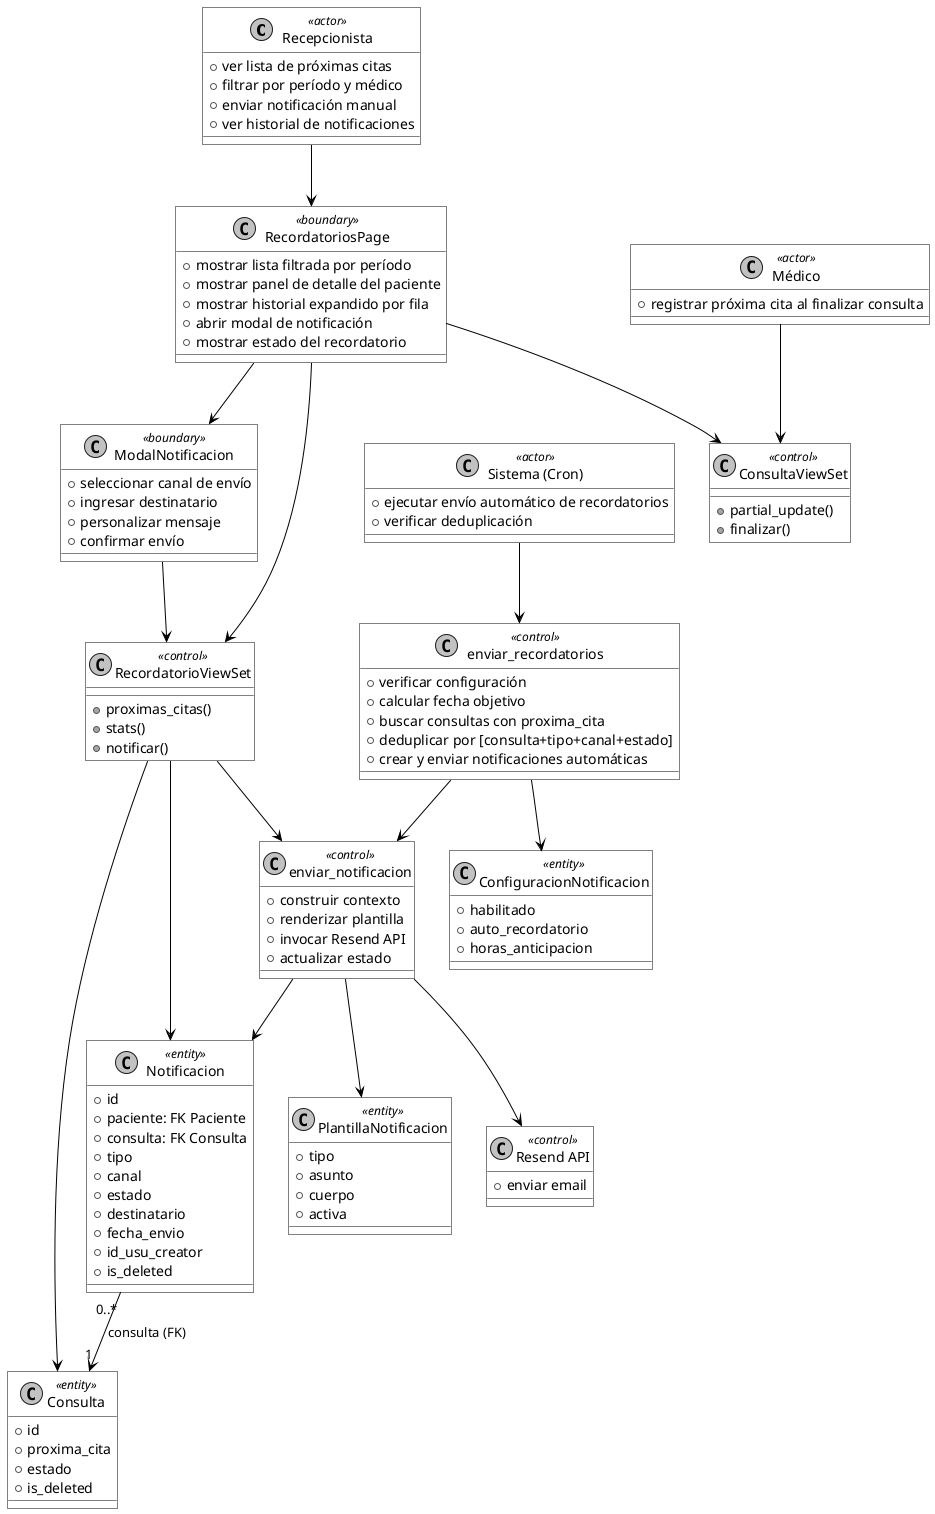
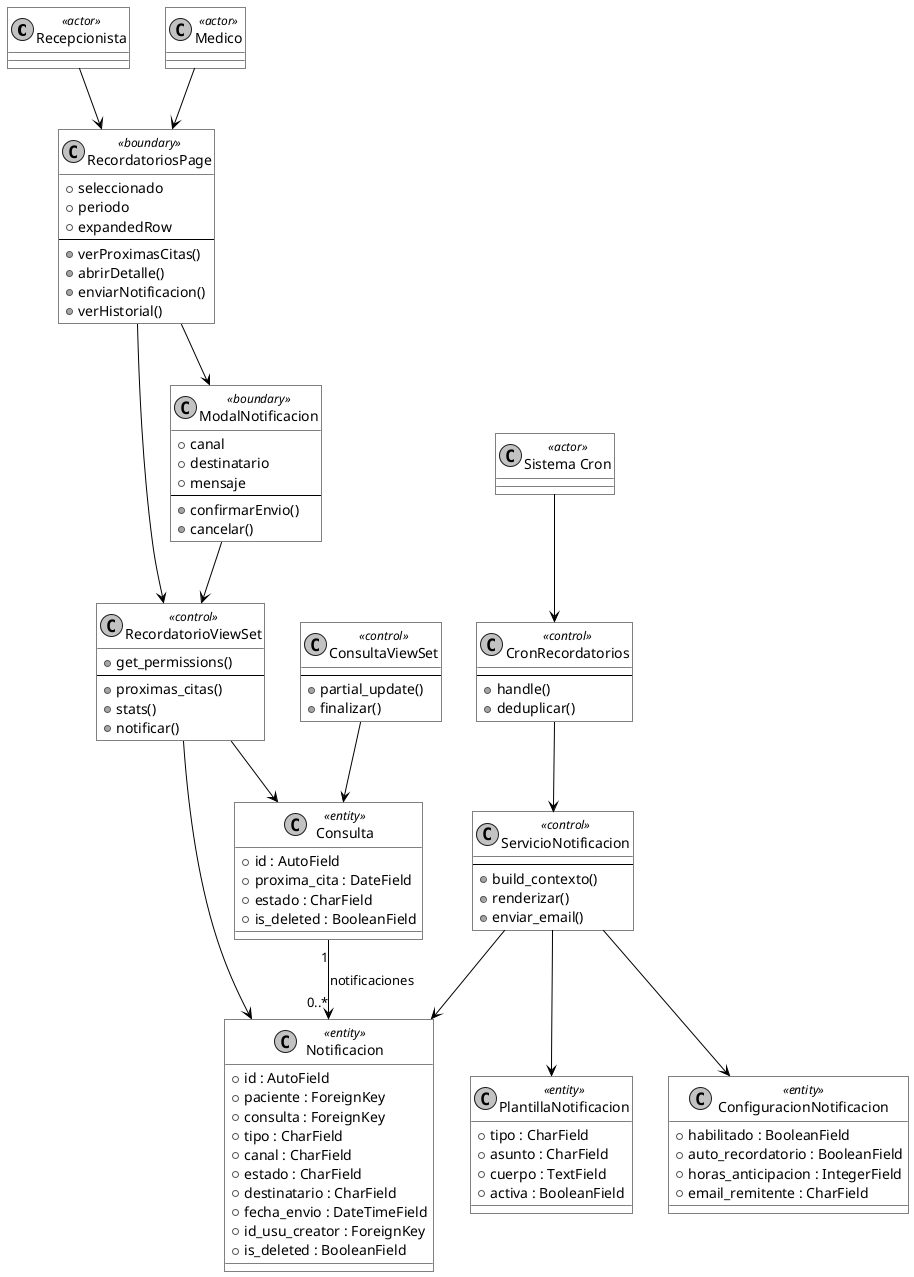
@startuml 07_modelo_objetos

skinparam monochrome true
skinparam shadowing false
skinparam roundcorner 0
skinparam backgroundColor white

skinparam class {
  BackgroundColor #ffffff
  BorderColor #000000
  ArrowColor #000000
}

- class "Recepcionista" <<actor>> {
-   + ver lista de próximas citas
-   + filtrar por período y médico
-   + enviar notificación manual
-   + ver historial de notificaciones
- }
- 
- class "Médico" <<actor>> {
-   + registrar próxima cita al finalizar consulta
- }
- 
- class "Sistema (Cron)" <<actor>> {
-   + ejecutar envío automático de recordatorios
-   + verificar deduplicación
- }
+ class "Recepcionista" <<actor>>
+ class "Medico" <<actor>>
+ class "Sistema Cron" <<actor>>

class "RecordatoriosPage" <<boundary>> {
-   + mostrar lista filtrada por período
-   + mostrar panel de detalle del paciente
-   + mostrar historial expandido por fila
-   + abrir modal de notificación
-   + mostrar estado del recordatorio
+   +seleccionado
+   +periodo
+   +expandedRow
+   --
+   +verProximasCitas()
+   +abrirDetalle()
+   +enviarNotificacion()
+   +verHistorial()
}

class "ModalNotificacion" <<boundary>> {
-   + seleccionar canal de envío
-   + ingresar destinatario
-   + personalizar mensaje
-   + confirmar envío
+   +canal
+   +destinatario
+   +mensaje
+   --
+   +confirmarEnvio()
+   +cancelar()
}

class "RecordatorioViewSet" <<control>> {
-   + proximas_citas()
-   + stats()
-   + notificar()
+   +get_permissions()
+   --
+   +proximas_citas()
+   +stats()
+   +notificar()
}

class "ConsultaViewSet" <<control>> {
-   + partial_update()
-   + finalizar()
+   --
+   +partial_update()
+   +finalizar()
}

- class "enviar_notificacion" <<control>> {
-   + construir contexto
-   + renderizar plantilla
-   + invocar Resend API
-   + actualizar estado
+ class "ServicioNotificacion" <<control>> {
+   --
+   +build_contexto()
+   +renderizar()
+   +enviar_email()
}

- class "enviar_recordatorios" <<control>> {
-   + verificar configuración
-   + calcular fecha objetivo
-   + buscar consultas con proxima_cita
-   + deduplicar por [consulta+tipo+canal+estado]
-   + crear y enviar notificaciones automáticas
- }
- 
- class "Resend API" <<control>> {
-   + enviar email
+ class "CronRecordatorios" <<control>> {
+   --
+   +handle()
+   +deduplicar()
}

class "Consulta" <<entity>> {
-   + id
-   + proxima_cita
-   + estado
-   + is_deleted
+   +id : AutoField
+   +proxima_cita : DateField
+   +estado : CharField
+   +is_deleted : BooleanField
}

class "Notificacion" <<entity>> {
-   + id
-   + paciente: FK Paciente
-   + consulta: FK Consulta
-   + tipo
-   + canal
-   + estado
-   + destinatario
-   + fecha_envio
-   + id_usu_creator
-   + is_deleted
+   +id : AutoField
+   +paciente : ForeignKey
+   +consulta : ForeignKey
+   +tipo : CharField
+   +canal : CharField
+   +estado : CharField
+   +destinatario : CharField
+   +fecha_envio : DateTimeField
+   +id_usu_creator : ForeignKey
+   +is_deleted : BooleanField
}

class "ConfiguracionNotificacion" <<entity>> {
-   + habilitado
-   + auto_recordatorio
-   + horas_anticipacion
+   +habilitado : BooleanField
+   +auto_recordatorio : BooleanField
+   +horas_anticipacion : IntegerField
+   +email_remitente : CharField
}

class "PlantillaNotificacion" <<entity>> {
-   + tipo
-   + asunto
-   + cuerpo
-   + activa
+   +tipo : CharField
+   +asunto : CharField
+   +cuerpo : TextField
+   +activa : BooleanField
}

- "Recepcionista" --> "RecordatoriosPage"
- "Médico" --> "ConsultaViewSet"
- "Sistema (Cron)" --> "enviar_recordatorios"
+ Recepcionista  --> RecordatoriosPage
+ Medico         --> RecordatoriosPage
+ "Sistema Cron" --> CronRecordatorios

- "RecordatoriosPage" --> "ModalNotificacion"
- "RecordatoriosPage" --> "RecordatorioViewSet"
- "RecordatoriosPage" --> "ConsultaViewSet"
- "ModalNotificacion" --> "RecordatorioViewSet"
+ RecordatoriosPage --> RecordatorioViewSet
+ RecordatoriosPage --> ModalNotificacion
+ ModalNotificacion --> RecordatorioViewSet
+ CronRecordatorios --> ServicioNotificacion

- "RecordatorioViewSet" --> "enviar_notificacion"
- "enviar_recordatorios" --> "enviar_notificacion"
- "enviar_notificacion" --> "Resend API"
+ RecordatorioViewSet --> Consulta
+ RecordatorioViewSet --> Notificacion
+ ServicioNotificacion --> Notificacion
+ ServicioNotificacion --> ConfiguracionNotificacion
+ ServicioNotificacion --> PlantillaNotificacion
+ ConsultaViewSet     --> Consulta

- "RecordatorioViewSet" --> "Consulta"
- "RecordatorioViewSet" --> "Notificacion"
- "enviar_recordatorios" --> "ConfiguracionNotificacion"
- "enviar_notificacion" --> "PlantillaNotificacion"
- "enviar_notificacion" --> "Notificacion"
- 
- "Notificacion" "0..*" --> "1" "Consulta" : consulta (FK)
+ Consulta "1" --> "0..*" Notificacion : notificaciones

@enduml
